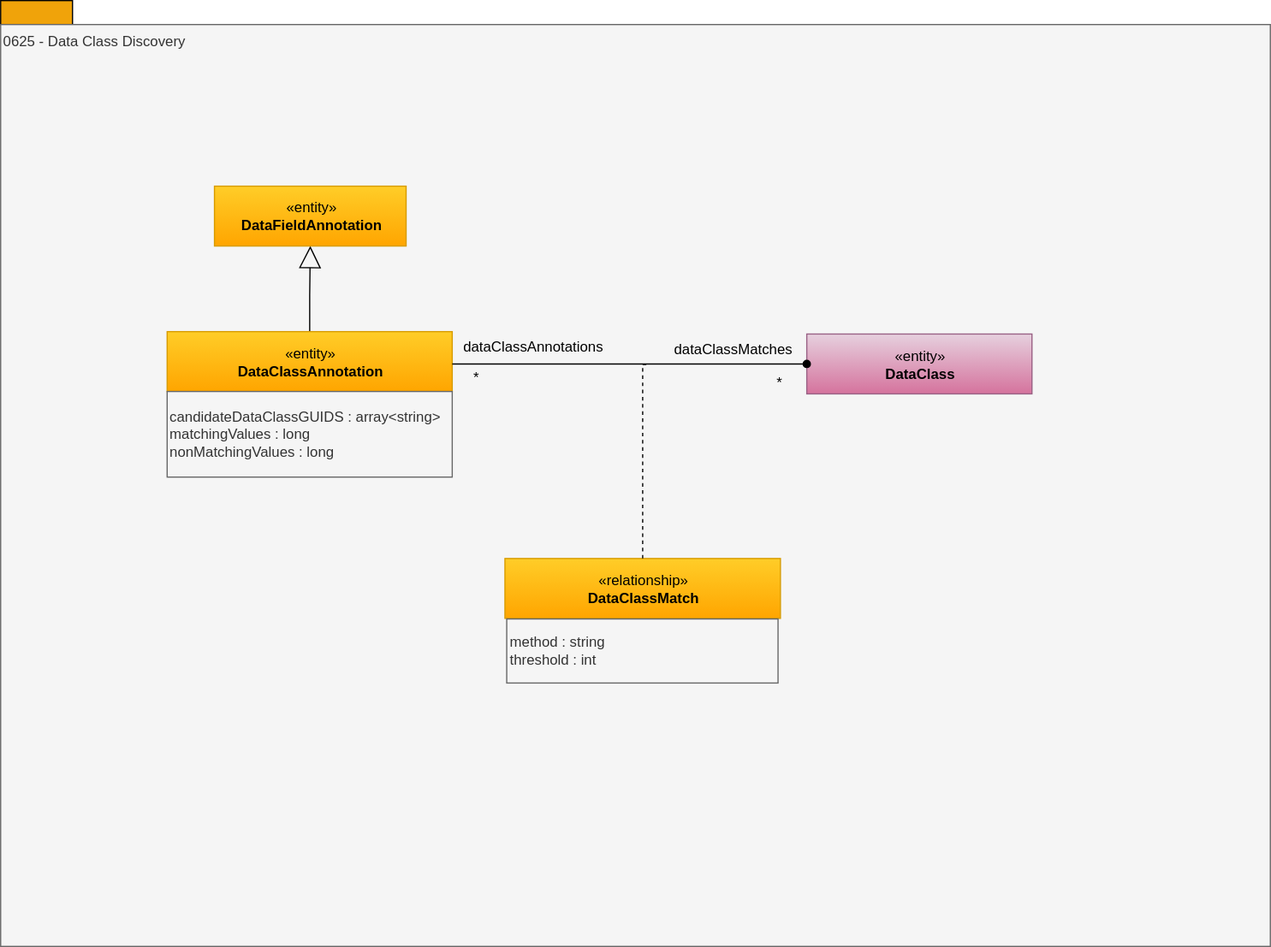
The draw.io diagram site/docs/types/6/0625-Data-Class-Discovery.svg in odpi/egeria-docs, before a commit. Source tidied: cells renumbered, new cells last; positions are measured from the earlier drawing's top-left corner, leaving out a move shared by most shapes.
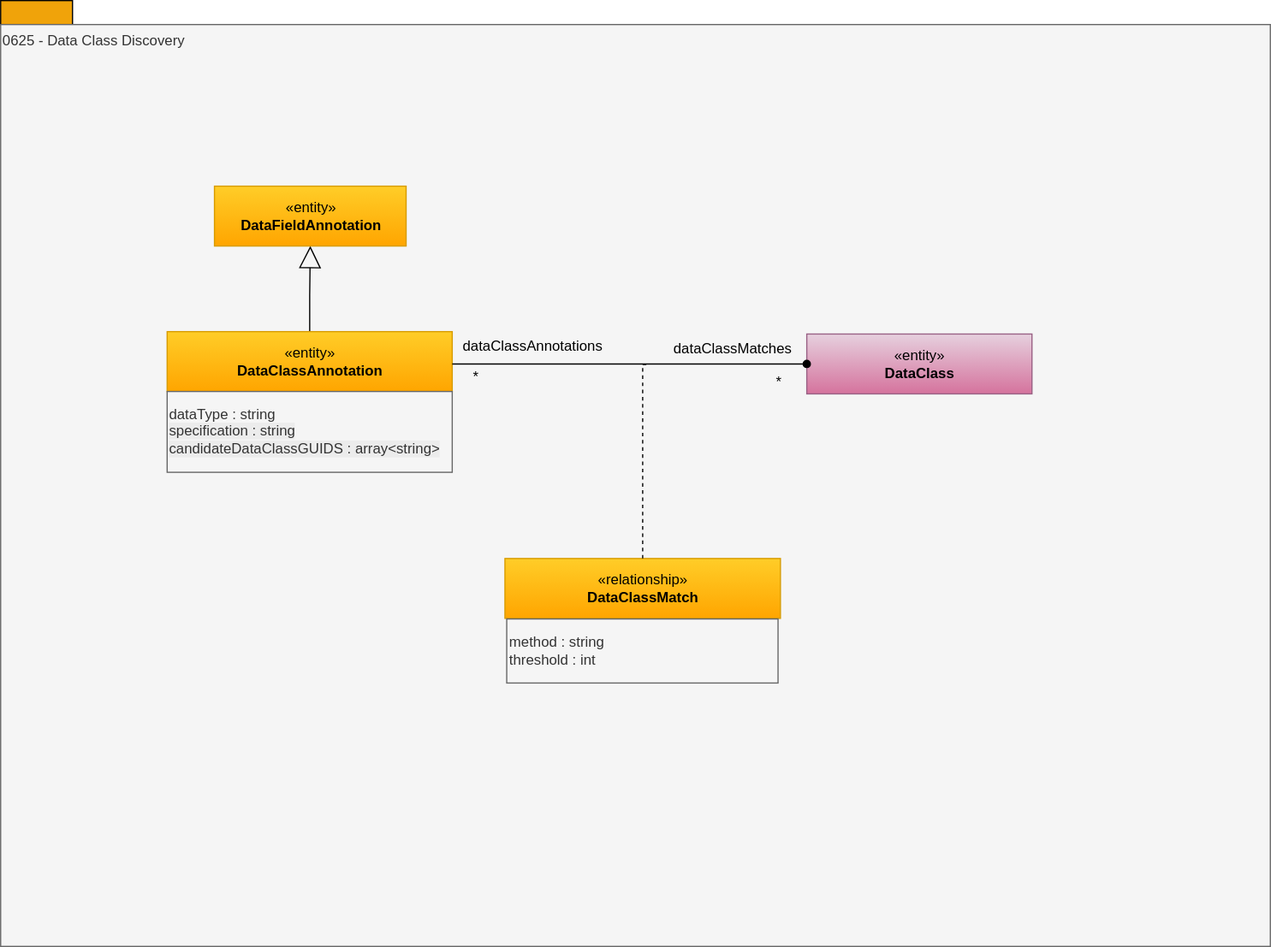
Later version of the same file.

Change to the diagram source:
```diff
@@ -14,8 +14,8 @@
     <mxCell id="5" value="«entity»&lt;br&gt;&lt;b&gt;DataClassAnnotation&lt;/b&gt;" style="html=1;strokeColor=#d79b00;align=center;fillColor=#ffcd28;gradientColor=#ffa500;" parent="1" vertex="1">
       <mxGeometry x="139" y="276.5" width="238" height="50" as="geometry" />
     </mxCell>
-    <mxCell id="6" value="candidateDataClassGUIDS : array&amp;lt;string&amp;gt;&lt;div&gt;matchingValues : long&lt;/div&gt;&lt;div&gt;nonMatchingValues : long&lt;/div&gt;" style="rounded=0;whiteSpace=wrap;html=1;strokeColor=#666666;align=left;fillColor=#f5f5f5;fontColor=#333333;" parent="1" vertex="1">
-      <mxGeometry x="139" y="326.5" width="238" height="71.5" as="geometry" />
+    <mxCell id="6" value="&lt;span style=&quot;color: rgb(51, 51, 51); font-family: Helvetica; font-size: 12px; font-style: normal; font-variant-ligatures: normal; font-variant-caps: normal; font-weight: 400; letter-spacing: normal; orphans: 2; text-align: left; text-indent: 0px; text-transform: none; widows: 2; word-spacing: 0px; -webkit-text-stroke-width: 0px; white-space: normal; background-color: rgb(236, 236, 236); text-decoration-thickness: initial; text-decoration-style: initial; text-decoration-color: initial; display: inline !important; float: none;&quot;&gt;&lt;div&gt;dataType : string&lt;/div&gt;specification : string&lt;/span&gt;&lt;div&gt;&lt;span style=&quot;color: rgb(51, 51, 51); font-family: Helvetica; font-size: 12px; font-style: normal; font-variant-ligatures: normal; font-variant-caps: normal; font-weight: 400; letter-spacing: normal; orphans: 2; text-align: left; text-indent: 0px; text-transform: none; widows: 2; word-spacing: 0px; -webkit-text-stroke-width: 0px; white-space: normal; background-color: rgb(236, 236, 236); text-decoration-thickness: initial; text-decoration-style: initial; text-decoration-color: initial; display: inline !important; float: none;&quot;&gt;candidateDataClassGUIDS : array&amp;lt;string&amp;gt;&lt;/span&gt;&lt;/div&gt;" style="rounded=0;whiteSpace=wrap;html=1;strokeColor=#666666;align=left;fillColor=#f5f5f5;fontColor=#333333;" parent="1" vertex="1">
+      <mxGeometry x="139" y="326.5" width="238" height="67.5" as="geometry" />
     </mxCell>
     <mxCell id="7" value="«entity»&lt;br&gt;&lt;b&gt;DataFieldAnnotation&lt;/b&gt;" style="html=1;strokeColor=#d79b00;align=center;fillColor=#ffcd28;gradientColor=#ffa500;" parent="1" vertex="1">
       <mxGeometry x="178.5" y="155" width="160" height="50" as="geometry" />
```
